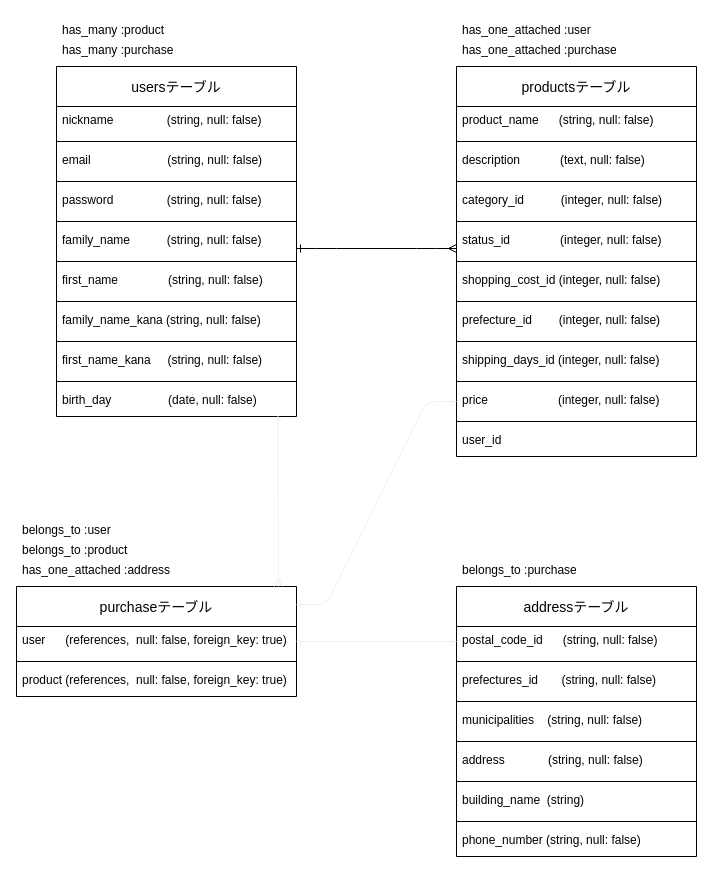
Earlier version of the draw.io diagram ERD.dio (okurakota/furima-30558). Source tidied: cells renumbered, new cells numbered last; positions are measured from the earlier drawing's top-left corner, leaving out a move shared by most shapes. Both pictures are drawn from the tidied source at 100%, with x=0, y=0 at pixel (16, 16).
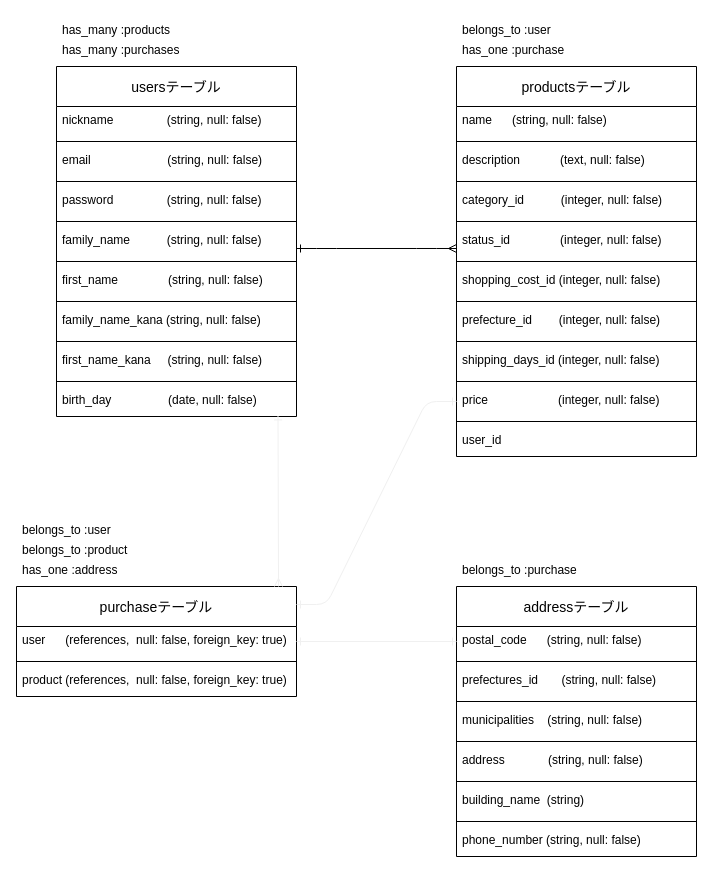
The same diagram, later.

Commit message (it also covers changes not shown here):
ER図及びREADMEを再々修正しました。

Unchanged cells that the change refers to:
```xml
<mxCell id="18" value="productsテーブル" style="swimlane;fontStyle=0;horizontal=1;startSize=40;align=center;fontSize=14;" parent="1" vertex="1">
  <mxGeometry x="440" y="50" width="240" height="390" as="geometry" />
</mxCell>
<mxCell id="41" value="addressテーブル" style="swimlane;fontStyle=0;horizontal=1;startSize=40;align=center;fontSize=14;" parent="1" vertex="1">
  <mxGeometry x="440" y="570" width="240" height="270" as="geometry" />
</mxCell>
```

What changed in the source:
```diff
@@
-    <mxCell id="19" value="product_name      (string, null: false)" style="text;strokeColor=none;fillColor=none;spacingLeft=4;spacingRight=4;overflow=hidden;fontSize=12;" parent="18" vertex="1">
+    <mxCell id="19" value="name      (string, null: false)" style="text;strokeColor=none;fillColor=none;spacingLeft=4;spacingRight=4;overflow=hidden;fontSize=12;" parent="18" vertex="1">
       <mxGeometry y="40" width="240" height="30" as="geometry" />
     </mxCell>
@@
-    <mxCell id="37" value="has_many :purchase" style="text;strokeColor=none;fillColor=none;spacingLeft=4;spacingRight=4;overflow=hidden;fontSize=12;" parent="1" vertex="1">
+    <mxCell id="37" value="has_many :purchases" style="text;strokeColor=none;fillColor=none;spacingLeft=4;spacingRight=4;overflow=hidden;fontSize=12;" parent="1" vertex="1">
       <mxGeometry x="40" y="20" width="240" height="30" as="geometry" />
     </mxCell>
-    <mxCell id="38" value="has_many :product" style="text;strokeColor=none;fillColor=none;spacingLeft=4;spacingRight=4;overflow=hidden;fontSize=12;" parent="1" vertex="1">
+    <mxCell id="38" value="has_many :products" style="text;strokeColor=none;fillColor=none;spacingLeft=4;spacingRight=4;overflow=hidden;fontSize=12;" parent="1" vertex="1">
       <mxGeometry x="40" width="240" height="30" as="geometry" />
     </mxCell>
-    <mxCell id="39" value="has_one_attached :purchase" style="text;strokeColor=none;fillColor=none;spacingLeft=4;spacingRight=4;overflow=hidden;fontSize=12;" parent="1" vertex="1">
+    <mxCell id="39" value="has_one :purchase" style="text;strokeColor=none;fillColor=none;spacingLeft=4;spacingRight=4;overflow=hidden;fontSize=12;" parent="1" vertex="1">
       <mxGeometry x="440" y="20" width="240" height="30" as="geometry" />
     </mxCell>
-    <mxCell id="40" value="has_one_attached :user" style="text;strokeColor=none;fillColor=none;spacingLeft=4;spacingRight=4;overflow=hidden;fontSize=12;" parent="1" vertex="1">
+    <mxCell id="40" value="belongs_to :user" style="text;strokeColor=none;fillColor=none;spacingLeft=4;spacingRight=4;overflow=hidden;fontSize=12;" parent="1" vertex="1">
       <mxGeometry x="440" width="240" height="30" as="geometry" />
     </mxCell>
@@
-    <mxCell id="42" value="postal_code_id      (string, null: false)" style="text;strokeColor=none;fillColor=none;spacingLeft=4;spacingRight=4;overflow=hidden;points=[[0,0.5],[1,0.5]];portConstraint=eastwest;fontSize=12;" parent="41" vertex="1">
+    <mxCell id="42" value="postal_code      (string, null: false)" style="text;strokeColor=none;fillColor=none;spacingLeft=4;spacingRight=4;overflow=hidden;points=[[0,0.5],[1,0.5]];portConstraint=eastwest;fontSize=12;" parent="41" vertex="1">
       <mxGeometry y="40" width="240" height="30" as="geometry" />
     </mxCell>
@@
-    <mxCell id="61" value="has_one_attached :address" style="text;strokeColor=none;fillColor=none;spacingLeft=4;spacingRight=4;overflow=hidden;fontSize=12;" parent="1" vertex="1">
+    <mxCell id="61" value="has_one :address" style="text;strokeColor=none;fillColor=none;spacingLeft=4;spacingRight=4;overflow=hidden;fontSize=12;" parent="1" vertex="1">
       <mxGeometry y="540" width="280" height="30" as="geometry" />
     </mxCell>
```
